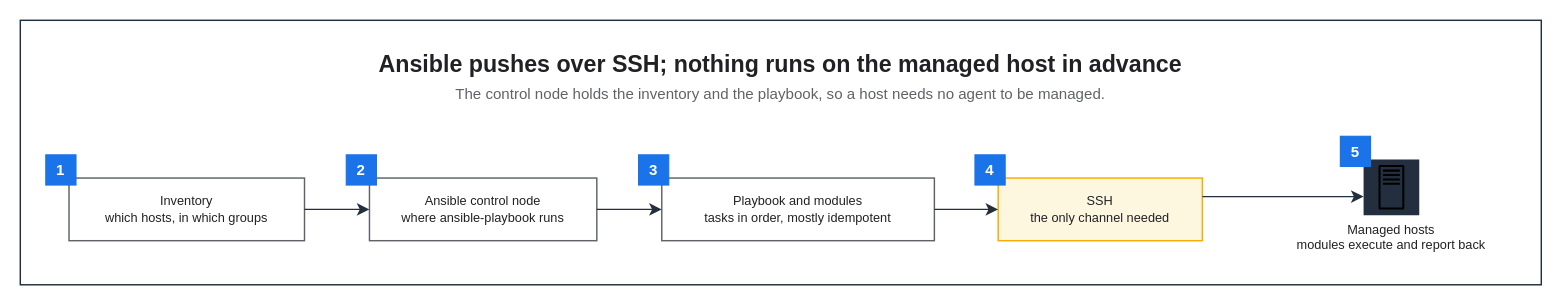
This is assets/img/iac/ansible-control-flow.drawio from KKamJi98/kkamji98.github.io, a draw.io file, before an edit. Source tidied: cells renumbered, new cells numbered last; positions are measured from the earlier drawing's top-left corner, leaving out a move shared by most shapes. Both pictures are drawn from the tidied source at 116%, with x=0, y=0 at pixel (20, 20).
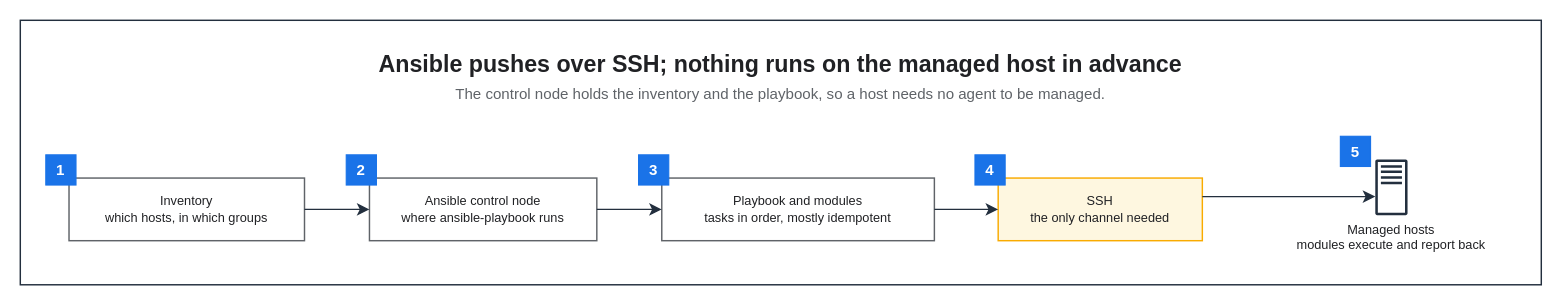
Above is the later version.

Change to the diagram source:
```diff
@@
 <mxGraphModel background="#FFFFFF">
   <root>
     <mxCell id="0" />
     <mxCell id="1" parent="0" />
     <mxCell id="2" style="rounded=0;html=0;fillColor=none;strokeColor=#232F3E;fontColor=#202124;strokeWidth=1.25;" parent="1" vertex="1">
       <mxGeometry width="1311.2" height="228" as="geometry" />
     </mxCell>
     <mxCell id="3" value="Ansible pushes over SSH; nothing runs on the managed host in advance" style="text;html=0;whiteSpace=wrap;fillColor=none;strokeColor=none;fontColor=#202124;fontSize=20;fontStyle=1;align=center;verticalAlign=middle;" parent="1" vertex="1">
       <mxGeometry x="22" y="22" width="1267.2" height="30" as="geometry" />
     </mxCell>
     <mxCell id="4" value="The control node holds the inventory and the playbook, so a host needs no agent to be managed." style="text;html=0;whiteSpace=wrap;fillColor=none;strokeColor=none;fontColor=#5F6368;fontSize=13;fontStyle=0;align=center;verticalAlign=middle;" parent="1" vertex="1">
       <mxGeometry x="22" y="52" width="1267.2" height="22" as="geometry" />
     </mxCell>
     <mxCell id="5" value="Inventory&#10;which hosts, in which groups" style="rounded=0;whiteSpace=wrap;html=0;fillColor=#FFFFFF;strokeColor=#5F6368;fontColor=#202124;fontSize=11;fontStyle=0;align=center;verticalAlign=middle;spacingLeft=6;spacingRight=6;strokeWidth=1.25;" parent="1" vertex="1">
       <mxGeometry x="42" y="136" width="203" height="54" as="geometry" />
     </mxCell>
     <mxCell id="6" value="Ansible control node&#10;where ansible-playbook runs" style="rounded=0;whiteSpace=wrap;html=0;fillColor=#FFFFFF;strokeColor=#5F6368;fontColor=#202124;fontSize=11;fontStyle=0;align=center;verticalAlign=middle;spacingLeft=6;spacingRight=6;strokeWidth=1.25;" parent="1" vertex="1">
       <mxGeometry x="301" y="136" width="196" height="54" as="geometry" />
     </mxCell>
     <mxCell id="7" value="Playbook and modules&#10;tasks in order, mostly idempotent" style="rounded=0;whiteSpace=wrap;html=0;fillColor=#FFFFFF;strokeColor=#5F6368;fontColor=#202124;fontSize=11;fontStyle=0;align=center;verticalAlign=middle;spacingLeft=6;spacingRight=6;strokeWidth=1.25;" parent="1" vertex="1">
       <mxGeometry x="553" y="136" width="235" height="54" as="geometry" />
     </mxCell>
     <mxCell id="8" value="SSH&#10;the only channel needed" style="rounded=0;whiteSpace=wrap;html=0;fillColor=#FEF7E0;strokeColor=#F9AB00;fontColor=#202124;fontSize=11;fontStyle=0;align=center;verticalAlign=middle;spacingLeft=6;spacingRight=6;strokeWidth=1.25;" parent="1" vertex="1">
       <mxGeometry x="843" y="136" width="176" height="54" as="geometry" />
     </mxCell>
-    <mxCell id="9" value="Managed hosts&#10;modules execute and report back" style="sketch=0;outlineConnect=0;gradientColor=none;html=0;whiteSpace=nowrap;fontSize=11;fontStyle=0;fontColor=#202124;verticalLabelPosition=bottom;verticalAlign=top;align=center;labelBackgroundColor=none;fillColor=#232F3E;strokeColor=none;dashed=0;shape=mxgraph.aws4.resourceIcon;resIcon=mxgraph.aws4.traditional_server;" parent="1" vertex="1">
+    <mxCell id="9" value="Managed hosts&#10;modules execute and report back" style="sketch=0;outlineConnect=0;gradientColor=none;html=0;whiteSpace=nowrap;fontSize=11;fontStyle=0;fontColor=#202124;verticalLabelPosition=bottom;verticalAlign=top;align=center;labelBackgroundColor=none;fillColor=#232F3E;strokeColor=none;dashed=0;shape=mxgraph.aws4.traditional_server;" parent="1" vertex="1">
       <mxGeometry x="1158" y="120" width="48" height="48" as="geometry" />
     </mxCell>
     <mxCell id="10" value="1" style="rounded=0;whiteSpace=wrap;html=0;fillColor=#1A73E8;strokeColor=#1A73E8;fontColor=#FFFFFF;fontSize=13;fontStyle=1;align=center;verticalAlign=middle;" parent="1" vertex="1">
       <mxGeometry x="22" y="116" width="26" height="26" as="geometry" />
     </mxCell>
     <mxCell id="11" value="2" style="rounded=0;whiteSpace=wrap;html=0;fillColor=#1A73E8;strokeColor=#1A73E8;fontColor=#FFFFFF;fontSize=13;fontStyle=1;align=center;verticalAlign=middle;" parent="1" vertex="1">
       <mxGeometry x="281" y="116" width="26" height="26" as="geometry" />
     </mxCell>
     <mxCell id="12" value="3" style="rounded=0;whiteSpace=wrap;html=0;fillColor=#1A73E8;strokeColor=#1A73E8;fontColor=#FFFFFF;fontSize=13;fontStyle=1;align=center;verticalAlign=middle;" parent="1" vertex="1">
       <mxGeometry x="533" y="116" width="26" height="26" as="geometry" />
     </mxCell>
     <mxCell id="13" value="4" style="rounded=0;whiteSpace=wrap;html=0;fillColor=#1A73E8;strokeColor=#1A73E8;fontColor=#FFFFFF;fontSize=13;fontStyle=1;align=center;verticalAlign=middle;" parent="1" vertex="1">
       <mxGeometry x="823" y="116" width="26" height="26" as="geometry" />
     </mxCell>
     <mxCell id="14" value="5" style="rounded=0;whiteSpace=wrap;html=0;fillColor=#1A73E8;strokeColor=#1A73E8;fontColor=#FFFFFF;fontSize=13;fontStyle=1;align=center;verticalAlign=middle;" parent="1" vertex="1">
       <mxGeometry x="1138" y="100" width="26" height="26" as="geometry" />
     </mxCell>
     <mxCell id="15" style="edgeStyle=orthogonalEdgeStyle;rounded=0;html=0;strokeColor=#232F3E;strokeWidth=1.25;endArrow=classic;endFill=1;endSize=7;fontSize=11;fontColor=#202124;labelBackgroundColor=none;jettySize=14;exitX=1;exitY=0.5;entryX=0;entryY=0.5;exitDx=0;exitDy=0;entryDx=0;entryDy=0;" parent="1" edge="1" source="5" target="6">
       <mxGeometry relative="1" as="geometry" />
     </mxCell>
     <mxCell id="16" style="edgeStyle=orthogonalEdgeStyle;rounded=0;html=0;strokeColor=#232F3E;strokeWidth=1.25;endArrow=classic;endFill=1;endSize=7;fontSize=11;fontColor=#202124;labelBackgroundColor=none;jettySize=14;exitX=1;exitY=0.5;entryX=0;entryY=0.5;exitDx=0;exitDy=0;entryDx=0;entryDy=0;" parent="1" edge="1" source="6" target="7">
       <mxGeometry relative="1" as="geometry" />
     </mxCell>
     <mxCell id="17" style="edgeStyle=orthogonalEdgeStyle;rounded=0;html=0;strokeColor=#232F3E;strokeWidth=1.25;endArrow=classic;endFill=1;endSize=7;fontSize=11;fontColor=#202124;labelBackgroundColor=none;jettySize=14;exitX=1;exitY=0.5;entryX=0;entryY=0.5;exitDx=0;exitDy=0;entryDx=0;entryDy=0;" parent="1" edge="1" source="7" target="8">
       <mxGeometry relative="1" as="geometry" />
     </mxCell>
     <mxCell id="18" style="edgeStyle=orthogonalEdgeStyle;rounded=0;html=0;strokeColor=#232F3E;strokeWidth=1.25;endArrow=classic;endFill=1;endSize=7;fontSize=11;fontColor=#202124;labelBackgroundColor=none;jettySize=14;exitX=1;exitY=0.2963;entryX=0;entryY=0.6667;exitDx=0;exitDy=0;entryDx=0;entryDy=0;" parent="1" edge="1" source="8" target="9">
       <mxGeometry relative="1" as="geometry" />
     </mxCell>
   </root>
 </mxGraphModel>
```
